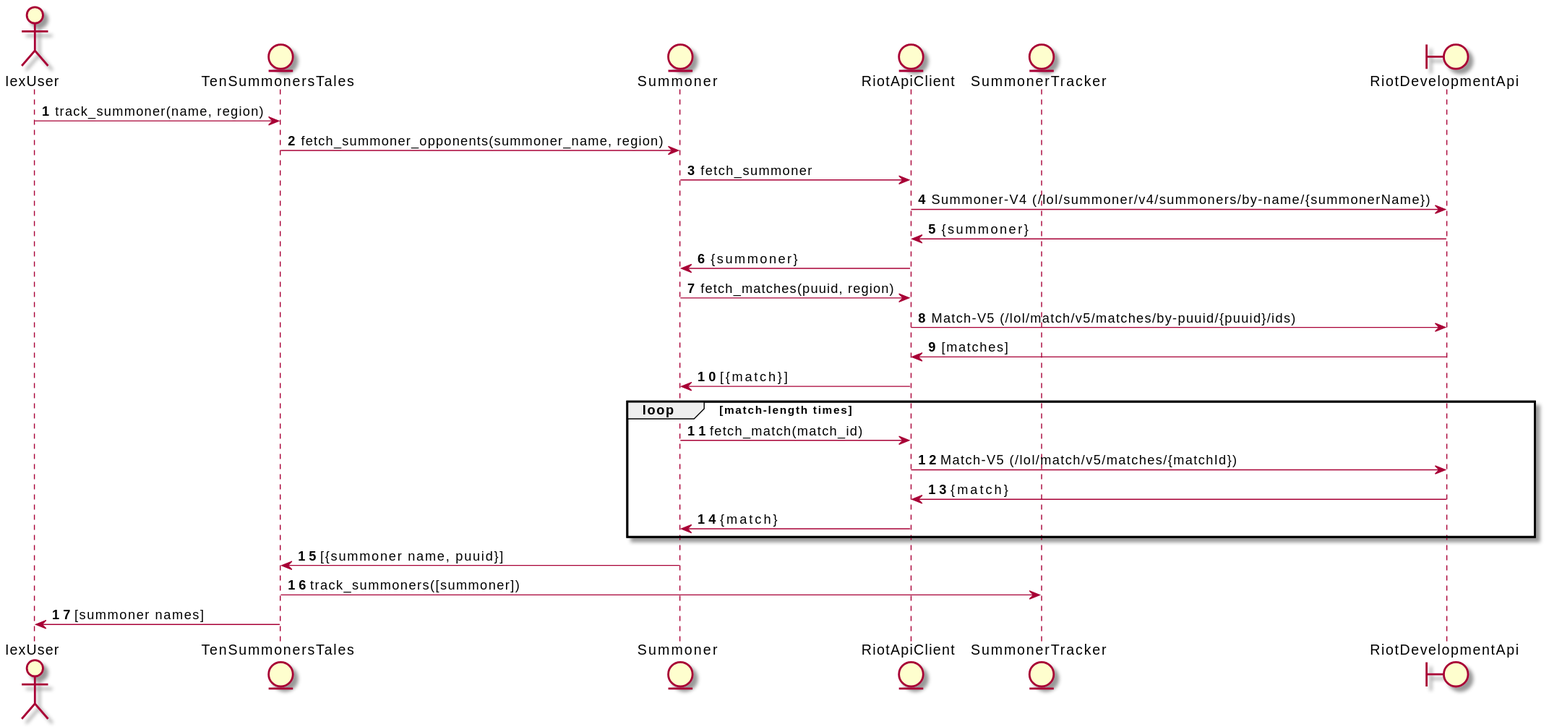
Above: docs/summoner_lookup_sequence.svg in ciroque/ten_summoners_tales (PlantUML), before the change.
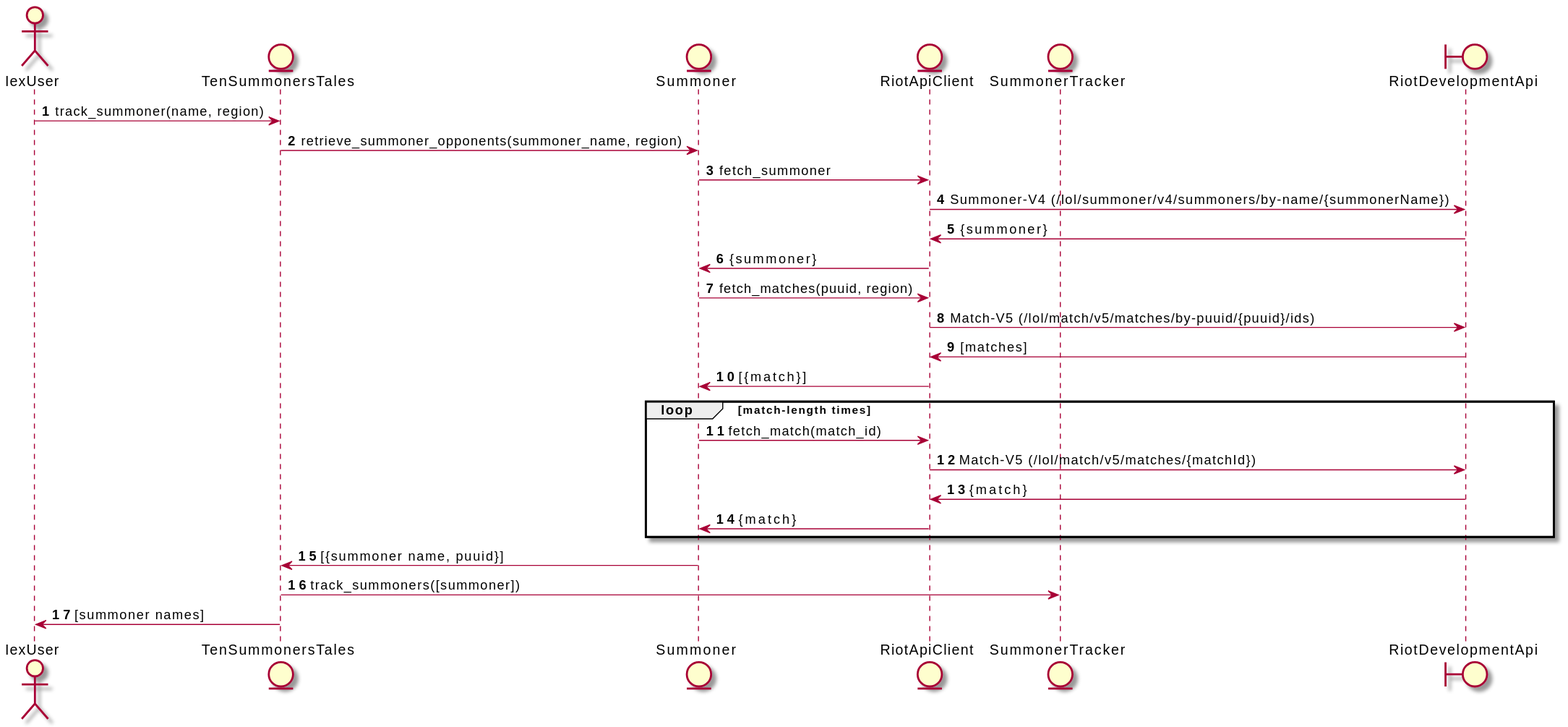
The same file after the commit.

What changed in the source:
```diff
@@ -10,7 +10,7 @@
 boundary RiotDevelopmentApi
 
 IexUser -> TenSummonersTales : track_summoner(name, region)
-TenSummonersTales -> Summoner : fetch_summoner_opponents(summoner_name, region)
+TenSummonersTales -> Summoner : retrieve_summoner_opponents(summoner_name, region)
 Summoner -> RiotApiClient : fetch_summoner
 RiotApiClient -> RiotDevelopmentApi : Summoner-V4 (/lol/summoner/v4/summoners/by-name/{summonerName})
 RiotApiClient <- RiotDevelopmentApi : {summoner}
```
